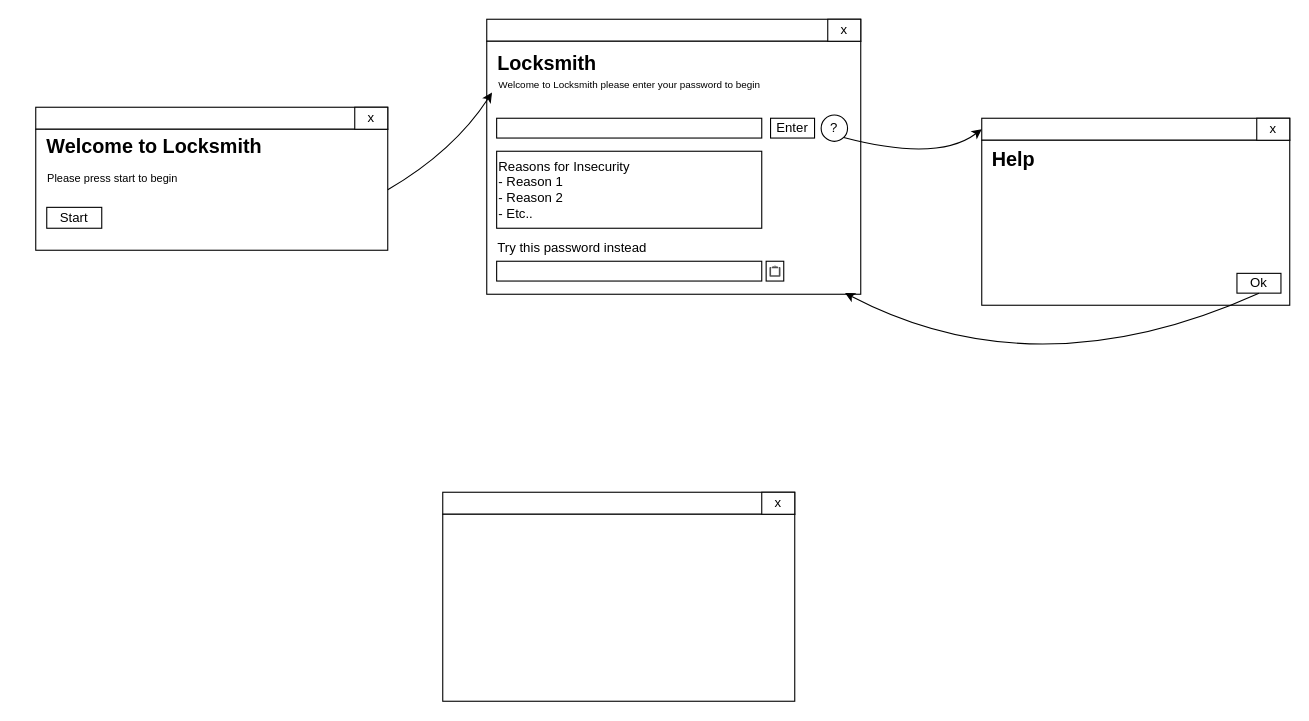
imamchris/Locksmith-Password-Checker- keeps this draw.io diagram as Task 2 Storyboard.drawio. Above is the earlier version. Source tidied: cells renumbered, new cells numbered last; positions are measured from the earlier drawing's top-left corner, leaving out a move shared by most shapes. Both pictures are drawn from the tidied source at 110%, with x=0, y=0 at pixel (19, 19).
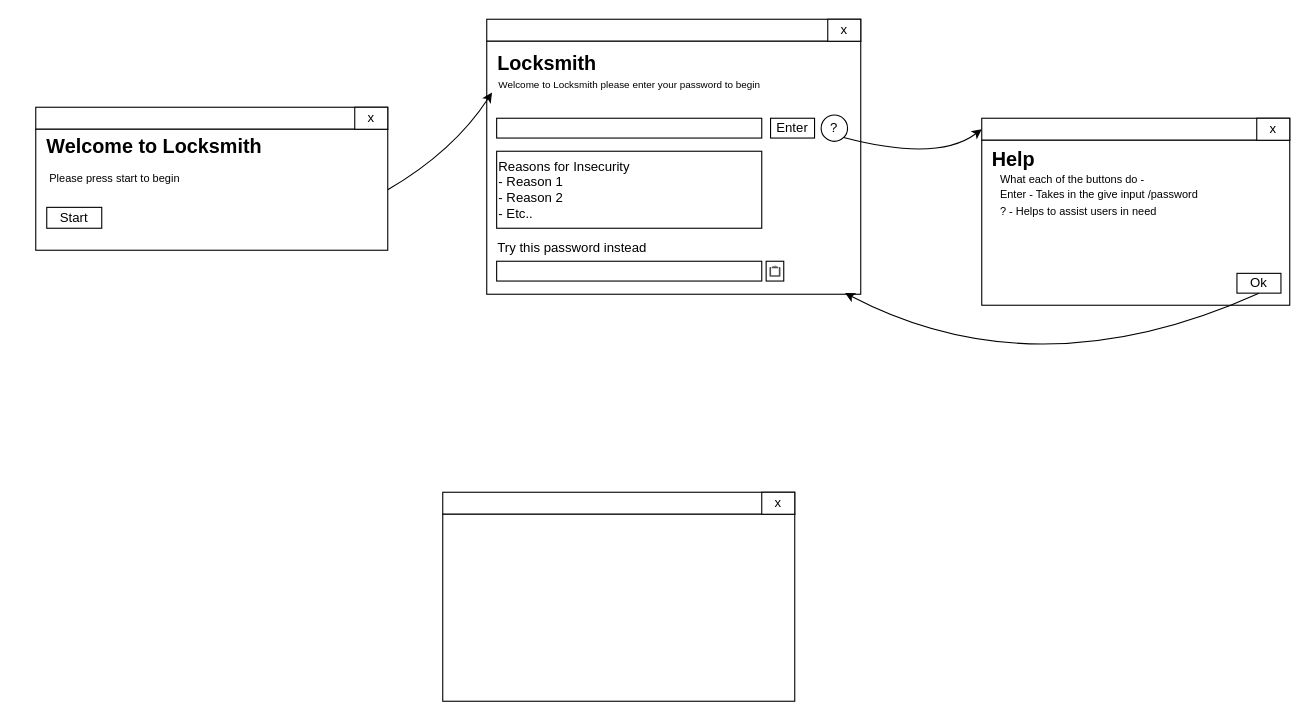
Above is the later version.

Commit message (it also covers changes not shown here):
Changed the text in the details tab to remind users

What changed in the source:
```diff
@@
-    <mxCell id="28" value="&lt;span style=&quot;text-align: left;&quot;&gt;&lt;font style=&quot;font-size: 10px;&quot;&gt;Please press start to begin&lt;/font&gt;&lt;/span&gt;" style="text;html=1;align=center;verticalAlign=middle;whiteSpace=wrap;rounded=0;" parent="1" vertex="1">
-      <mxGeometry y="129" width="170" height="30" as="geometry" />
+    <mxCell id="28" value="&lt;span style=&quot;font-size: 10px;&quot;&gt;What each of the buttons do -&lt;/span&gt;&lt;div&gt;&lt;span style=&quot;font-size: 10px;&quot;&gt;Enter - Takes in the give input /password&lt;/span&gt;&lt;/div&gt;&lt;div&gt;&lt;span style=&quot;font-size: 10px;&quot;&gt;? - Helps to assist users in need&lt;/span&gt;&lt;/div&gt;" style="text;html=1;align=left;verticalAlign=middle;whiteSpace=wrap;rounded=0;" parent="1" vertex="1">
+      <mxGeometry x="890" y="144" width="222" height="30" as="geometry" />
     </mxCell>
@@
+    <mxCell id="32" value="&lt;span style=&quot;text-align: left;&quot;&gt;&lt;font style=&quot;font-size: 10px;&quot;&gt;Please press start to begin&lt;/font&gt;&lt;/span&gt;" style="text;html=1;align=center;verticalAlign=middle;whiteSpace=wrap;rounded=0;" parent="1" vertex="1">
+      <mxGeometry x="2" y="129" width="170" height="30" as="geometry" />
+    </mxCell>
```
